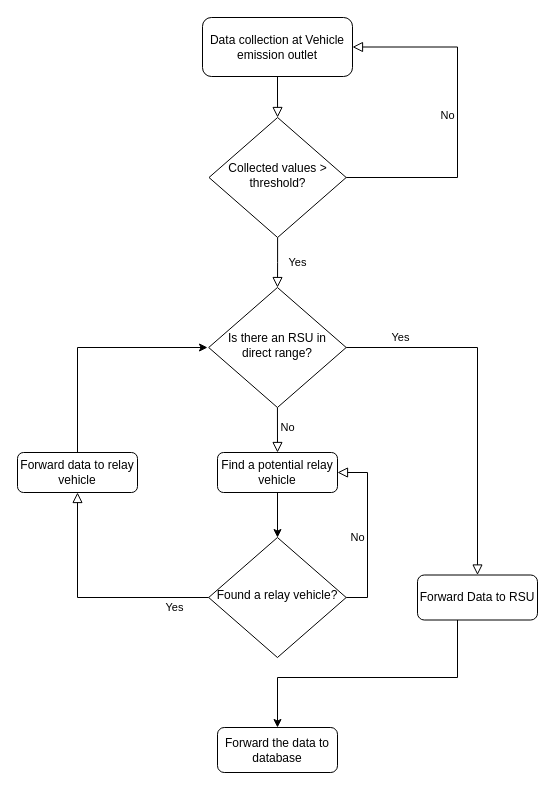
prashant2063/diagrams keeps this draw.io diagram as proposed_system_flow.drawio. Above is the earlier version. Source tidied: cells renumbered, new cells numbered last; positions are measured from the earlier drawing's top-left corner, leaving out a move shared by most shapes. Both pictures are drawn from the tidied source at 100%, with x=0, y=0 at pixel (17, 17).
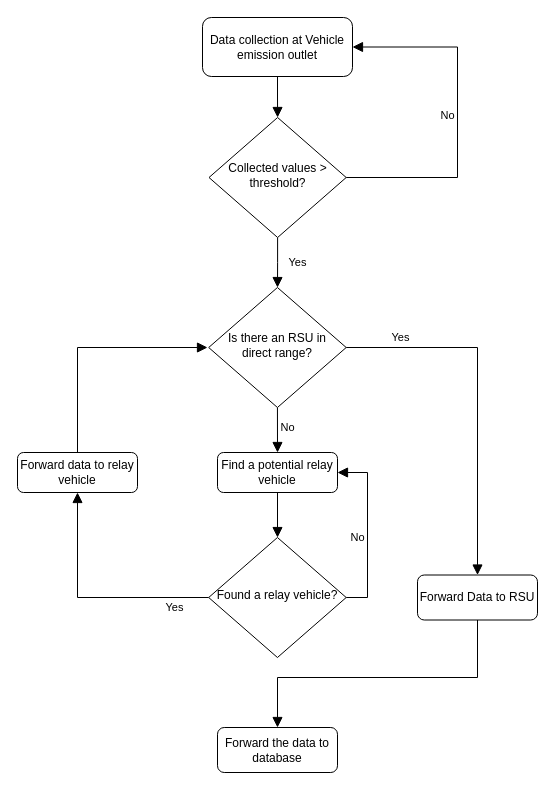
The same diagram, later.

Unchanged cells that the change refers to:
```xml
<mxCell id="3" value="Data collection at Vehicle emission outlet" style="rounded=1;whiteSpace=wrap;html=1;fontSize=12;glass=0;strokeWidth=1;shadow=0;" parent="1" vertex="1">
  <mxGeometry x="185" width="150" height="59" as="geometry" />
</mxCell>
<mxCell id="6" value="Collected values &amp;gt; threshold?" style="rhombus;whiteSpace=wrap;html=1;shadow=0;fontFamily=Helvetica;fontSize=12;align=center;strokeWidth=1;spacing=6;spacingTop=-4;" parent="1" vertex="1">
  <mxGeometry x="191.5" y="100" width="137.2" height="120" as="geometry" />
</mxCell>
<mxCell id="9" value="Is there an RSU in direct range?" style="rhombus;whiteSpace=wrap;html=1;shadow=0;fontFamily=Helvetica;fontSize=12;align=center;strokeWidth=1;spacing=6;spacingTop=-4;" parent="1" vertex="1">
  <mxGeometry x="191.2" y="270" width="137.5" height="120" as="geometry" />
</mxCell>
<mxCell id="11" value="Find a potential relay vehicle" style="rounded=1;whiteSpace=wrap;html=1;fontSize=12;glass=0;strokeWidth=1;shadow=0;" parent="1" vertex="1">
  <mxGeometry x="200" y="435" width="120" height="40" as="geometry" />
</mxCell>
<mxCell id="13" value="Forward Data to RSU" style="rounded=1;whiteSpace=wrap;html=1;fontSize=12;glass=0;strokeWidth=1;shadow=0;" parent="1" vertex="1">
  <mxGeometry x="400" y="557.5" width="120" height="45" as="geometry" />
</mxCell>
<mxCell id="14" value="Forward the data to database" style="rounded=1;whiteSpace=wrap;html=1;fontSize=12;glass=0;strokeWidth=1;shadow=0;" parent="1" vertex="1">
  <mxGeometry x="200" y="710" width="120" height="45" as="geometry" />
</mxCell>
<mxCell id="15" value="Found a relay vehicle?" style="rhombus;whiteSpace=wrap;html=1;shadow=0;fontFamily=Helvetica;fontSize=12;align=center;strokeWidth=1;spacing=6;spacingTop=-4;" parent="1" vertex="1">
  <mxGeometry x="191.2" y="520" width="137.5" height="120" as="geometry" />
</mxCell>
<mxCell id="17" value="Forward data to relay vehicle" style="rounded=1;whiteSpace=wrap;html=1;fontSize=12;glass=0;strokeWidth=1;shadow=0;" parent="1" vertex="1">
  <mxGeometry y="435" width="120" height="40" as="geometry" />
</mxCell>
```

The edit, as a diff of the source:
```diff
@@
-    <mxCell id="2" style="rounded=0;html=1;jettySize=auto;fontSize=11;endArrow=block;endFill=0;endSize=8;strokeWidth=1;shadow=0;labelBackgroundColor=none;edgeStyle=orthogonalEdgeStyle;" parent="1" edge="1" source="3" target="6">
+    <mxCell id="2" style="rounded=0;html=1;jettySize=auto;fontSize=11;endArrow=block;endFill=1;endSize=8;strokeWidth=1;shadow=0;labelBackgroundColor=none;edgeStyle=orthogonalEdgeStyle;" parent="1" edge="1" source="3" target="6">
       <mxGeometry relative="1" as="geometry" />
     </mxCell>
@@
-    <mxCell id="4" value="Yes" style="rounded=0;html=1;jettySize=auto;fontSize=11;endArrow=block;endFill=0;endSize=8;strokeWidth=1;shadow=0;labelBackgroundColor=none;edgeStyle=orthogonalEdgeStyle;" parent="1" edge="1" source="6" target="9">
+    <mxCell id="4" value="Yes" style="rounded=0;html=1;jettySize=auto;fontSize=11;endArrow=block;endFill=1;endSize=8;strokeWidth=1;shadow=0;labelBackgroundColor=none;edgeStyle=orthogonalEdgeStyle;" parent="1" edge="1" source="6" target="9">
       <mxGeometry y="20" relative="1" as="geometry" />
     </mxCell>
-    <mxCell id="5" value="No" style="edgeStyle=orthogonalEdgeStyle;rounded=0;html=1;jettySize=auto;fontSize=11;endArrow=block;endFill=0;endSize=8;strokeWidth=1;shadow=0;labelBackgroundColor=none;entryX=1;entryY=0.5;entryDx=0;entryDy=0;exitX=1;exitY=0.5;exitDx=0;exitDy=0;" parent="1" edge="1" source="6" target="3">
+    <mxCell id="5" value="No" style="edgeStyle=orthogonalEdgeStyle;rounded=0;html=1;jettySize=auto;fontSize=11;endArrow=block;endFill=1;endSize=8;strokeWidth=1;shadow=0;labelBackgroundColor=none;entryX=1;entryY=0.5;entryDx=0;entryDy=0;exitX=1;exitY=0.5;exitDx=0;exitDy=0;" parent="1" edge="1" source="6" target="3">
       <mxGeometry y="10" relative="1" as="geometry">
         <Array as="points">
           <mxPoint x="440" y="160" />
           <mxPoint x="440" y="30" />
         </Array>
       </mxGeometry>
     </mxCell>
@@
-    <mxCell id="7" value="No" style="rounded=0;html=1;jettySize=auto;fontSize=11;endArrow=block;endFill=0;endSize=8;strokeWidth=1;shadow=0;labelBackgroundColor=none;edgeStyle=orthogonalEdgeStyle;exitX=0.5;exitY=1;exitDx=0;exitDy=0;entryX=0.5;entryY=0;entryDx=0;entryDy=0;" parent="1" edge="1" source="9" target="11">
+    <mxCell id="7" value="No" style="rounded=0;html=1;jettySize=auto;fontSize=11;endArrow=block;endFill=1;endSize=8;strokeWidth=1;shadow=0;labelBackgroundColor=none;edgeStyle=orthogonalEdgeStyle;exitX=0.5;exitY=1;exitDx=0;exitDy=0;entryX=0.5;entryY=0;entryDx=0;entryDy=0;" parent="1" edge="1" source="9" target="11">
       <mxGeometry x="-0.11" y="10" relative="1" as="geometry" />
     </mxCell>
-    <mxCell id="8" value="Yes" style="edgeStyle=orthogonalEdgeStyle;rounded=0;html=1;jettySize=auto;fontSize=11;endArrow=block;endFill=0;endSize=8;strokeWidth=1;shadow=0;labelBackgroundColor=none;exitX=1;exitY=0.5;exitDx=0;exitDy=0;entryX=0.5;entryY=0;entryDx=0;entryDy=0;" parent="1" edge="1" source="9" target="13">
+    <mxCell id="8" value="Yes" style="edgeStyle=orthogonalEdgeStyle;rounded=0;html=1;jettySize=auto;fontSize=11;endArrow=block;endFill=1;endSize=8;strokeWidth=1;shadow=0;labelBackgroundColor=none;exitX=1;exitY=0.5;exitDx=0;exitDy=0;entryX=0.5;entryY=0;entryDx=0;entryDy=0;" parent="1" edge="1" source="9" target="13">
       <mxGeometry x="-0.7" y="10" relative="1" as="geometry">
         <Array as="points">
           <mxPoint x="460" y="330" />
         </Array>
       </mxGeometry>
     </mxCell>
@@
-    <mxCell id="10" style="edgeStyle=orthogonalEdgeStyle;rounded=0;jettySize=auto;html=1;" parent="1" edge="1" source="11" target="15">
+    <mxCell id="10" style="edgeStyle=orthogonalEdgeStyle;rounded=0;jettySize=auto;endArrow=block;endFill=1;endSize=8;strokeWidth=1;" parent="1" edge="1" source="11" target="15">
       <mxGeometry relative="1" as="geometry" />
     </mxCell>
@@
-    <mxCell id="12" style="edgeStyle=orthogonalEdgeStyle;rounded=0;jettySize=auto;html=1;entryX=0.5;entryY=0;entryDx=0;entryDy=0;" parent="1" edge="1" source="13" target="14">
+    <mxCell id="12" style="edgeStyle=orthogonalEdgeStyle;rounded=0;jettySize=auto;endArrow=block;endFill=1;endSize=8;strokeWidth=1;entryX=0.5;entryY=0;entryDx=0;entryDy=0;" parent="1" edge="1" source="13" target="14">
       <mxGeometry relative="1" as="geometry">
         <Array as="points">
-          <mxPoint x="440" y="660" />
+          <mxPoint x="460" y="660" />
           <mxPoint x="260" y="660" />
         </Array>
       </mxGeometry>
     </mxCell>
@@
-    <mxCell id="16" style="edgeStyle=orthogonalEdgeStyle;rounded=0;jettySize=auto;html=1;exitX=0.5;exitY=0;exitDx=0;exitDy=0;" parent="1" edge="1" source="17">
+    <mxCell id="16" style="edgeStyle=orthogonalEdgeStyle;rounded=0;jettySize=auto;endArrow=block;endFill=1;endSize=8;strokeWidth=1;exitX=0.5;exitY=0;exitDx=0;exitDy=0;" parent="1" edge="1" source="17">
       <mxGeometry relative="1" as="geometry">
         <mxPoint x="190" y="330" as="targetPoint" />
         <Array as="points">
           <mxPoint x="60" y="330" />
         </Array>
       </mxGeometry>
     </mxCell>
@@
-    <mxCell id="18" value="No" style="rounded=0;html=1;jettySize=auto;fontSize=11;endArrow=block;endFill=0;endSize=8;strokeWidth=1;shadow=0;labelBackgroundColor=none;edgeStyle=orthogonalEdgeStyle;entryX=1;entryY=0.5;entryDx=0;entryDy=0;exitX=1;exitY=0.5;exitDx=0;exitDy=0;" parent="1" edge="1" source="15" target="11">
+    <mxCell id="18" value="No" style="rounded=0;html=1;jettySize=auto;fontSize=11;endArrow=block;endFill=1;endSize=8;strokeWidth=1;shadow=0;labelBackgroundColor=none;edgeStyle=orthogonalEdgeStyle;entryX=1;entryY=0.5;entryDx=0;entryDy=0;exitX=1;exitY=0.5;exitDx=0;exitDy=0;" parent="1" edge="1" source="15" target="11">
       <mxGeometry x="-0.08" y="10" relative="1" as="geometry">
         <Array as="points">
           <mxPoint x="350" y="580" />
           <mxPoint x="350" y="455" />
         </Array>
       </mxGeometry>
     </mxCell>
-    <mxCell id="19" value="Yes" style="edgeStyle=orthogonalEdgeStyle;rounded=0;html=1;jettySize=auto;fontSize=11;endArrow=block;endFill=0;endSize=8;strokeWidth=1;shadow=0;labelBackgroundColor=none;exitX=0;exitY=0.5;exitDx=0;exitDy=0;entryX=0.5;entryY=1;entryDx=0;entryDy=0;" parent="1" edge="1" source="15" target="17">
+    <mxCell id="19" value="Yes" style="edgeStyle=orthogonalEdgeStyle;rounded=0;html=1;jettySize=auto;fontSize=11;endArrow=block;endFill=1;endSize=8;strokeWidth=1;shadow=0;labelBackgroundColor=none;exitX=0;exitY=0.5;exitDx=0;exitDy=0;entryX=0.5;entryY=1;entryDx=0;entryDy=0;" parent="1" edge="1" source="15" target="17">
       <mxGeometry x="-0.71" y="10" relative="1" as="geometry" />
     </mxCell>
```
